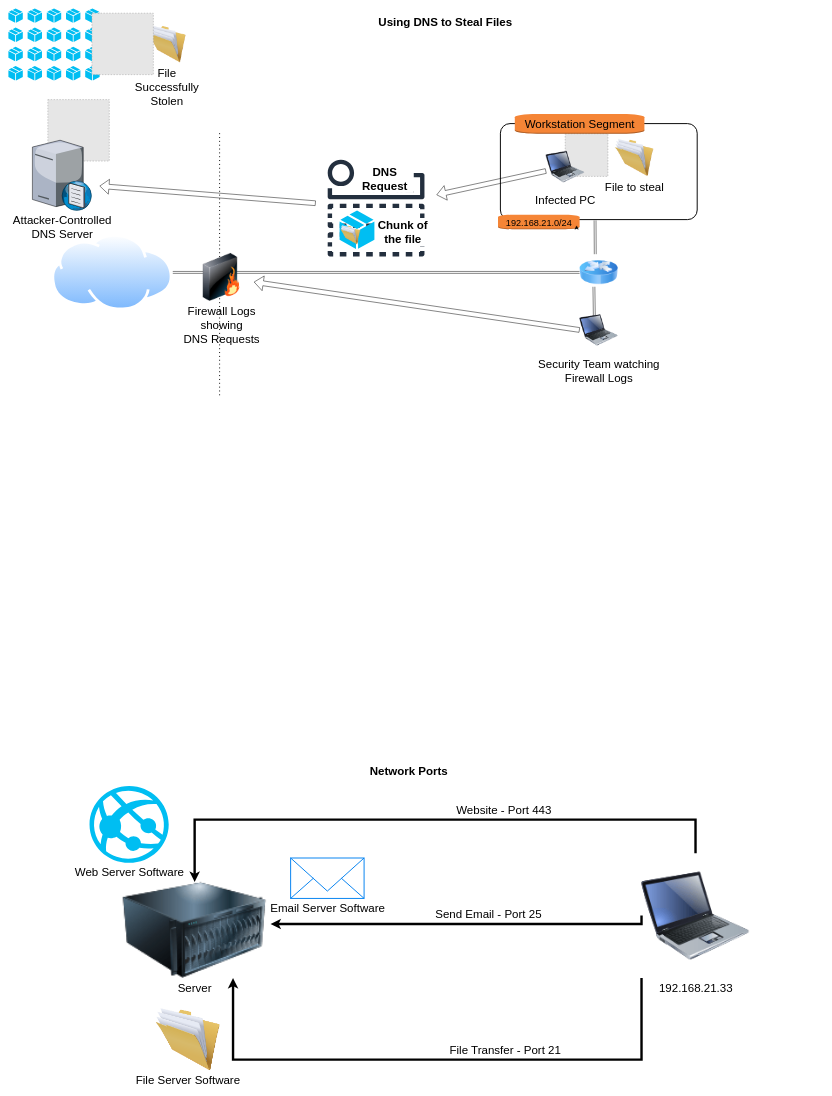
Above: CIT_L3_Exfiltrate_Data_over_Protocols.drawio in hypercoyote/tdx (draw.io), before the change. Source tidied: cells renumbered, new cells numbered last; positions are measured from the earlier drawing's top-left corner, leaving out a move shared by most shapes. Both pictures are drawn from the tidied source at 48%, with x=0, y=0 at pixel (8, 8). Pictures stored in the file or linked from it are replaced by grey dashed boxes.
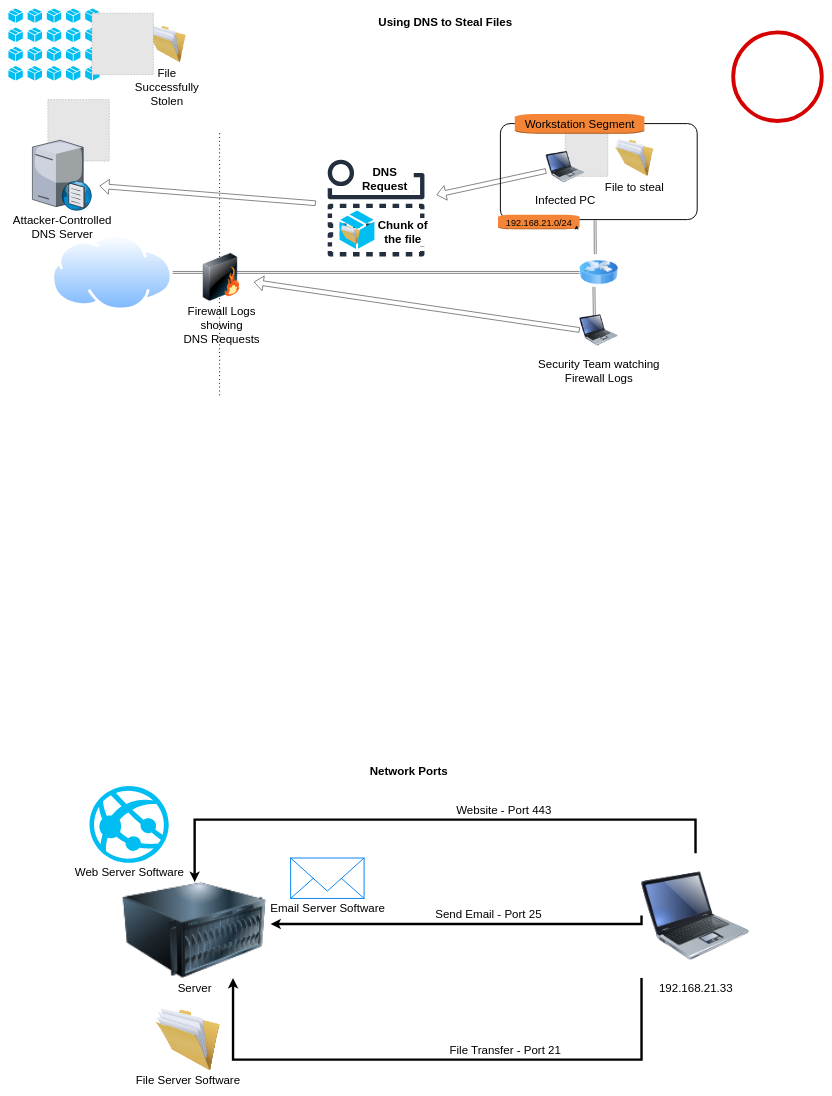
Above is the later version.

What changed in the source:
```diff
@@
+    <mxCell id="62" style="ellipse;whiteSpace=wrap;html=1;fillColor=none;strokeColor=#d60000;strokeWidth=8;" parent="1" vertex="1">
+      <mxGeometry x="1510" y="50" width="184.5" height="184.5" as="geometry" />
+    </mxCell>
```
